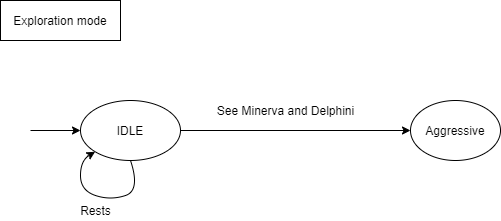
Above: Documentation/Pictures/Level/FSM/Cerberus_exploration_FSM.png in Sephirothbahamut/Accio-Niffler (draw.io), before the change. Source tidied: cells renumbered, new cells last; positions are measured from the earlier drawing's top-left corner, leaving out a move shared by most shapes. Its diagram source:
```xml
<mxGraphModel>
  <root>
    <mxCell id="0" />
    <mxCell id="1" parent="0" />
    <mxCell id="2" value="Exploration mode" style="rounded=0;whiteSpace=wrap;html=1;" parent="1" vertex="1">
      <mxGeometry width="120" height="40" as="geometry" />
    </mxCell>
    <mxCell id="3" style="endArrow=classic;html=1;" parent="1" edge="1" target="4">
      <mxGeometry relative="1" as="geometry">
        <mxPoint x="30" y="130" as="sourcePoint" />
      </mxGeometry>
    </mxCell>
    <mxCell id="4" value="IDLE" style="ellipse;whiteSpace=wrap;html=1;" parent="1" vertex="1">
      <mxGeometry x="80" y="100" width="100" height="60" as="geometry" />
    </mxCell>
    <mxCell id="5" style="endArrow=classic;html=1;exitX=1;exitY=0.5;exitDx=0;exitDy=0;" parent="1" edge="1" source="4">
      <mxGeometry relative="1" as="geometry">
        <mxPoint x="410" y="130" as="targetPoint" />
      </mxGeometry>
    </mxCell>
    <mxCell id="6" value="See Minerva and Delphini" style="text;html=1;align=center;verticalAlign=middle;" parent="1" vertex="1">
      <mxGeometry x="210" y="100" width="150" height="20" as="geometry" />
    </mxCell>
    <mxCell id="7" value="Aggressive" style="ellipse;whiteSpace=wrap;html=1;" parent="1" vertex="1">
      <mxGeometry x="410" y="100" width="90" height="60" as="geometry" />
    </mxCell>
    <mxCell id="8" style="curved=1;endArrow=classic;html=1;exitX=0.5;exitY=1;exitDx=0;exitDy=0;" parent="1" edge="1" source="4" target="4">
      <mxGeometry relative="1" as="geometry">
        <Array as="points">
          <mxPoint x="140" y="190" />
          <mxPoint x="110" y="200" />
          <mxPoint x="80" y="190" />
          <mxPoint x="80" y="160" />
        </Array>
      </mxGeometry>
    </mxCell>
    <mxCell id="9" value="Rests" style="text;html=1;align=center;verticalAlign=middle;" parent="1" vertex="1">
      <mxGeometry x="70" y="200" width="50" height="20" as="geometry" />
    </mxCell>
  </root>
</mxGraphModel>
```
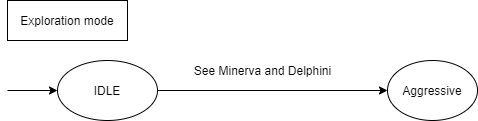
Above is the later version.

Diff of the diagram source:
```diff
@@ -3,7 +3,7 @@
     <mxCell id="0" />
     <mxCell id="1" parent="0" />
     <mxCell id="2" value="Exploration mode" style="rounded=0;whiteSpace=wrap;html=1;" parent="1" vertex="1">
-      <mxGeometry width="120" height="40" as="geometry" />
+      <mxGeometry x="30" y="40" width="120" height="40" as="geometry" />
     </mxCell>
     <mxCell id="3" style="endArrow=classic;html=1;" parent="1" edge="1" target="4">
       <mxGeometry relative="1" as="geometry">
@@ -24,18 +24,5 @@
     <mxCell id="7" value="Aggressive" style="ellipse;whiteSpace=wrap;html=1;" parent="1" vertex="1">
       <mxGeometry x="410" y="100" width="90" height="60" as="geometry" />
     </mxCell>
-    <mxCell id="8" style="curved=1;endArrow=classic;html=1;exitX=0.5;exitY=1;exitDx=0;exitDy=0;" parent="1" edge="1" source="4" target="4">
-      <mxGeometry relative="1" as="geometry">
-        <Array as="points">
-          <mxPoint x="140" y="190" />
-          <mxPoint x="110" y="200" />
-          <mxPoint x="80" y="190" />
-          <mxPoint x="80" y="160" />
-        </Array>
-      </mxGeometry>
-    </mxCell>
-    <mxCell id="9" value="Rests" style="text;html=1;align=center;verticalAlign=middle;" parent="1" vertex="1">
-      <mxGeometry x="70" y="200" width="50" height="20" as="geometry" />
-    </mxCell>
   </root>
 </mxGraphModel>
```
